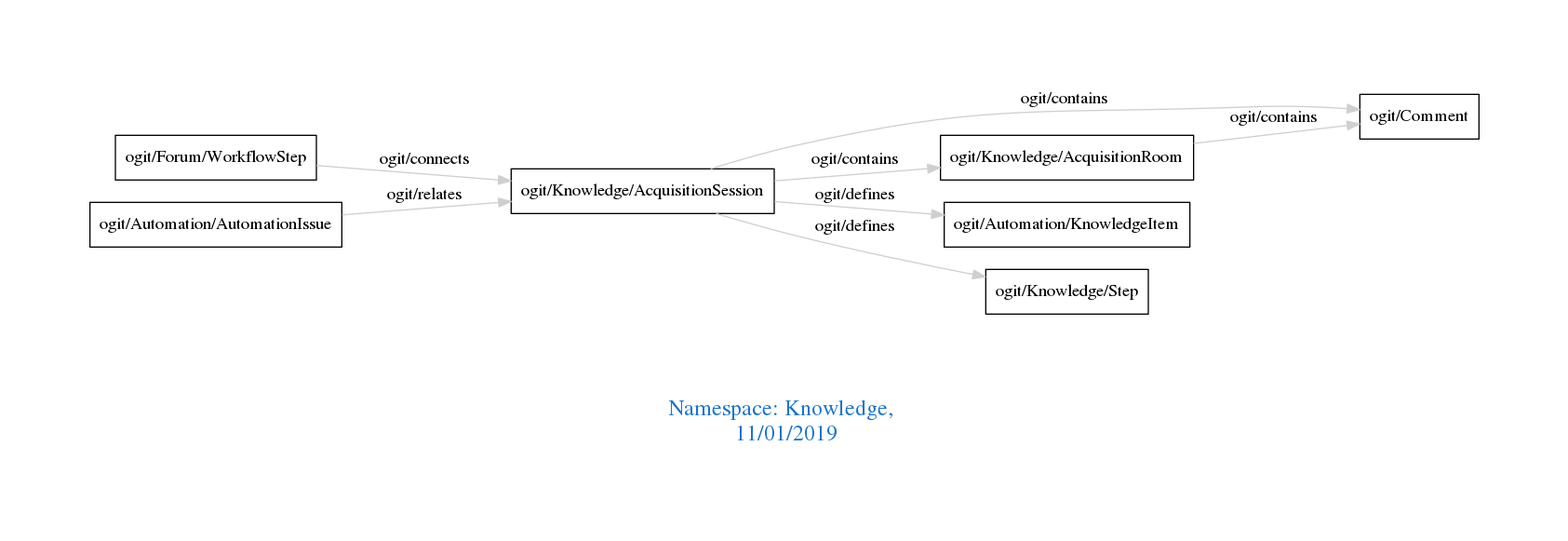
arago/OGIT keeps this Graphviz diagram as downloads/Knowledge.png. Above is the earlier version. Its source is kept beside it as downloads/Knowledge.dot.
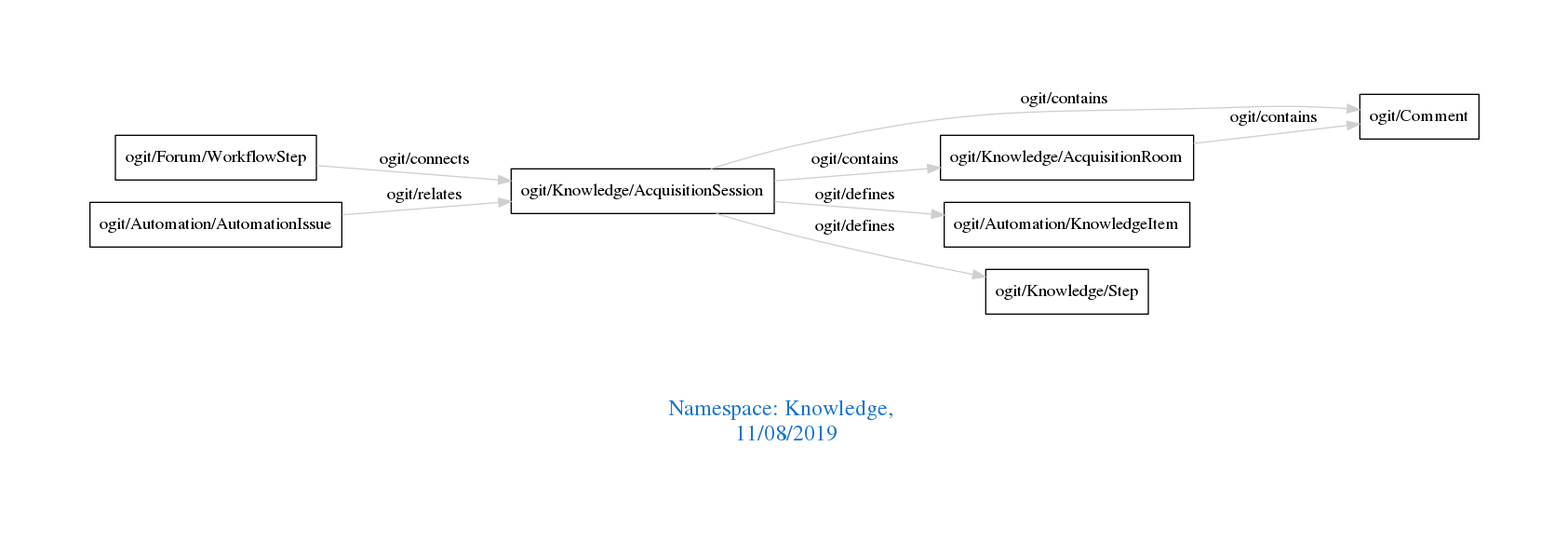
Above is the later version.

What changed in the source:
```diff
@@ -1,7 +1,7 @@
 digraph OGIT_ontology {
  graph [ rankdir= LR,pad=1
 fontsize = 18,
-fontcolor= dodgerblue3,label = "\n\n\nNamespace: Knowledge, \n 11/01/2019"];
+fontcolor= dodgerblue3,label = "\n\n\nNamespace: Knowledge, \n 11/08/2019"];
 node[shape=polygon];
 edge [  color="gray81"];
 
```
